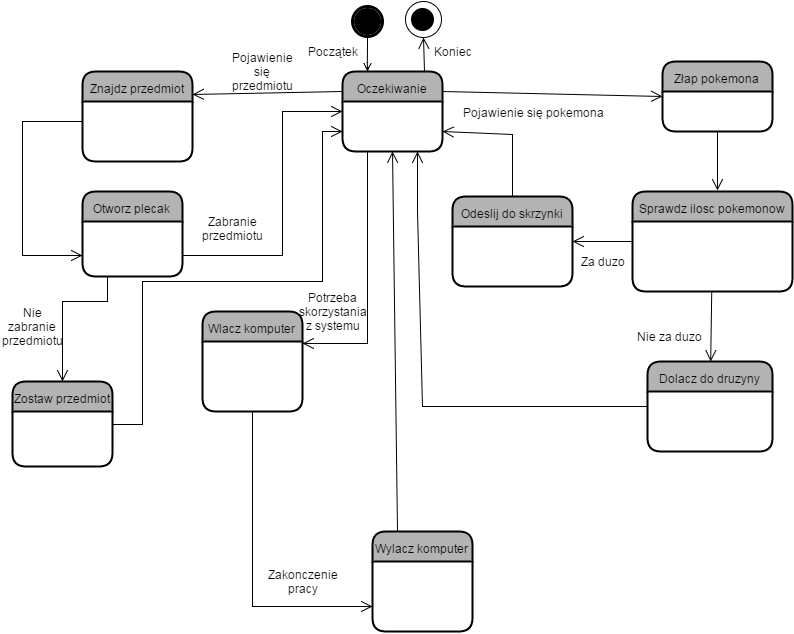
beazej/IO keeps this draw.io diagram as Stany.png. Above is the earlier version. Source tidied: cells renumbered, new cells last; positions are measured from the earlier drawing's top-left corner, leaving out a move shared by most shapes. The source it was exported from:
```xml
<mxGraphModel background="#ffffff">
  <root>
    <mxCell id="0" />
    <mxCell id="1" parent="0" />
    <mxCell id="2" style="shape=mxgraph.bpmn.shape;html=1;verticalLabelPosition=bottom;labelBackgroundColor=#ffffff;verticalAlign=top;perimeter=ellipsePerimeter;outline=end;symbol=terminate;fillColor=none;" parent="1" vertex="1">
      <mxGeometry x="340" y="5" width="30" height="30" as="geometry" />
    </mxCell>
    <mxCell id="3" style="rounded=0;comic=1;strokeWidth=1;endArrow=open;html=1;fontFamily=Comic Sans MS;fontStyle=1;exitX=0.5;exitY=1;endFill=0;entryX=0.25;entryY=0;" parent="1" edge="1" source="2" target="8">
      <mxGeometry relative="1" as="geometry" />
    </mxCell>
    <mxCell id="4" style="text;html=1;fillColor=none;align=left;verticalAlign=middle;spacingTop=-1;spacingLeft=4;spacingRight=4;labelPosition=right;rounded=1;" parent="1" vertex="1">
      <mxGeometry x="270" y="230" width="20" height="14" as="geometry" />
    </mxCell>
    <mxCell id="5" style="edgeStyle=none;rounded=0;html=1;startArrow=none;startFill=0;startSize=9;endArrow=open;endFill=0;endSize=9;jettySize=auto;entryX=0;entryY=0.5;exitX=1;exitY=0.25;" parent="1" edge="1" source="8" target="10">
      <mxGeometry relative="1" as="geometry" />
    </mxCell>
    <mxCell id="6" style="edgeStyle=none;rounded=0;html=1;startArrow=none;startFill=0;startSize=9;endArrow=open;endFill=0;endSize=9;jettySize=auto;exitX=0;exitY=0.25;entryX=1;entryY=0.25;" parent="1" edge="1" source="8" target="22">
      <mxGeometry relative="1" as="geometry" />
    </mxCell>
    <mxCell id="7" style="edgeStyle=none;rounded=0;html=1;startArrow=none;startFill=0;startSize=9;endArrow=open;endFill=0;endSize=9;jettySize=auto;entryX=1;entryY=0.32;exitX=0.25;exitY=1;entryPerimeter=0;" parent="1" edge="1" source="8" target="28">
      <mxGeometry relative="1" as="geometry">
        <Array as="points">
          <mxPoint x="355" y="342" />
        </Array>
      </mxGeometry>
    </mxCell>
    <mxCell id="8" value="&lt;font color=&quot;#000000&quot; style=&quot;font-size: 12px&quot;&gt;Oczekiwanie&lt;/font&gt;" style="swimlane;html=1;horizontal=1;startSize=30;fillColor=#B3B3B3;fontColor=#FFFFFF;rounded=1;fontSize=17;fontStyle=0;strokeWidth=2;shadow=0;dashed=0;align=center;" parent="1" vertex="1">
      <mxGeometry x="330" y="70" width="100" height="80" as="geometry" />
    </mxCell>
    <mxCell id="9" style="edgeStyle=none;rounded=0;html=1;startArrow=none;startFill=0;startSize=9;endArrow=open;endFill=0;endSize=9;jettySize=auto;exitX=0.5;exitY=1;" parent="1" edge="1" source="10">
      <mxGeometry relative="1" as="geometry">
        <mxPoint x="705" y="189" as="targetPoint" />
      </mxGeometry>
    </mxCell>
    <mxCell id="10" value="&lt;font color=&quot;#000000&quot; style=&quot;font-size: 12px&quot;&gt;Złap pokemona&lt;/font&gt;" style="swimlane;html=1;horizontal=1;startSize=30;fillColor=#B3B3B3;fontColor=#FFFFFF;rounded=1;fontSize=17;fontStyle=0;strokeWidth=2;shadow=0;dashed=0;align=center;" parent="1" vertex="1">
      <mxGeometry x="650" y="60" width="110" height="70" as="geometry" />
    </mxCell>
    <mxCell id="11" value="Pojawienie się pokemona" style="text;html=1;strokeColor=none;fillColor=none;align=center;verticalAlign=middle;whiteSpace=wrap;rounded=1;" parent="1" vertex="1">
      <mxGeometry x="420" y="110" width="200" as="geometry" />
    </mxCell>
    <mxCell id="12" style="edgeStyle=none;rounded=0;html=1;startArrow=none;startFill=0;startSize=9;endArrow=open;endFill=0;endSize=9;jettySize=auto;entryX=1;entryY=0.5;" parent="1" edge="1" source="13" target="15">
      <mxGeometry relative="1" as="geometry" />
    </mxCell>
    <mxCell id="13" value="&lt;font color=&quot;#000000&quot; style=&quot;font-size: 12px&quot;&gt;Sprawdz ilosc pokemonow&lt;/font&gt;" style="swimlane;html=1;horizontal=1;startSize=30;fillColor=#B3B3B3;fontColor=#FFFFFF;rounded=1;fontSize=17;fontStyle=0;strokeWidth=2;shadow=0;dashed=0;align=center;" parent="1" vertex="1">
      <mxGeometry x="620" y="190" width="160" height="100" as="geometry" />
    </mxCell>
    <mxCell id="14" style="edgeStyle=none;rounded=0;html=1;entryX=1;entryY=0.75;startArrow=none;startFill=0;startSize=9;endArrow=open;endFill=0;endSize=9;jettySize=auto;exitX=0.5;exitY=0;" parent="1" edge="1" source="15" target="8">
      <mxGeometry relative="1" as="geometry">
        <Array as="points">
          <mxPoint x="500" y="133" />
        </Array>
      </mxGeometry>
    </mxCell>
    <mxCell id="15" value="&lt;font color=&quot;#000000&quot; style=&quot;font-size: 12px&quot;&gt;Odeslij do skrzynki&lt;/font&gt;" style="swimlane;html=1;horizontal=1;startSize=30;fillColor=#B3B3B3;fontColor=#FFFFFF;rounded=1;fontSize=17;fontStyle=0;strokeWidth=2;shadow=0;dashed=0;align=center;" parent="1" vertex="1">
      <mxGeometry x="440" y="195" width="120" height="90" as="geometry" />
    </mxCell>
    <mxCell id="16" style="edgeStyle=none;rounded=0;html=1;startArrow=none;startFill=0;startSize=9;endArrow=open;endFill=0;endSize=9;jettySize=auto;entryX=0.75;entryY=1;" parent="1" edge="1" source="17" target="8">
      <mxGeometry relative="1" as="geometry">
        <Array as="points">
          <mxPoint x="410" y="405" />
          <mxPoint x="405" y="210" />
        </Array>
      </mxGeometry>
    </mxCell>
    <mxCell id="17" value="&lt;font color=&quot;#000000&quot; style=&quot;font-size: 12px&quot;&gt;Dolacz do druzyny&lt;/font&gt;" style="swimlane;html=1;horizontal=1;startSize=30;fillColor=#B3B3B3;fontColor=#FFFFFF;rounded=1;fontSize=17;fontStyle=0;strokeWidth=2;shadow=0;dashed=0;align=center;" parent="1" vertex="1">
      <mxGeometry x="635" y="360" width="125" height="90" as="geometry" />
    </mxCell>
    <mxCell id="18" style="edgeStyle=none;rounded=0;html=1;startArrow=none;startFill=0;startSize=9;endArrow=open;endFill=0;endSize=9;jettySize=auto;" parent="1" edge="1" source="13" target="17">
      <mxGeometry relative="1" as="geometry" />
    </mxCell>
    <mxCell id="19" value="Za duzo" style="text;html=1;strokeColor=none;fillColor=none;align=center;verticalAlign=middle;whiteSpace=wrap;rounded=1;" parent="1" vertex="1">
      <mxGeometry x="560" y="250" width="60" height="20" as="geometry" />
    </mxCell>
    <mxCell id="20" value="Nie za duzo" style="text;html=1;strokeColor=none;fillColor=none;align=center;verticalAlign=middle;whiteSpace=wrap;rounded=1;" parent="1" vertex="1">
      <mxGeometry x="606" y="325" width="100" height="20" as="geometry" />
    </mxCell>
    <mxCell id="21" style="edgeStyle=none;rounded=0;html=1;entryX=0;entryY=0.75;startArrow=none;startFill=0;startSize=9;endArrow=open;endFill=0;endSize=9;jettySize=auto;" parent="1" edge="1" target="26">
      <mxGeometry relative="1" as="geometry">
        <mxPoint x="70" y="120" as="sourcePoint" />
        <Array as="points">
          <mxPoint x="10" y="120" />
          <mxPoint x="10" y="254" />
        </Array>
      </mxGeometry>
    </mxCell>
    <mxCell id="22" value="&lt;font color=&quot;#000000&quot; style=&quot;font-size: 12px&quot;&gt;Znajdz przedmiot&lt;/font&gt;" style="swimlane;html=1;horizontal=1;startSize=30;fillColor=#B3B3B3;fontColor=#FFFFFF;rounded=1;fontSize=17;fontStyle=0;strokeWidth=2;shadow=0;dashed=0;align=center;" parent="1" vertex="1">
      <mxGeometry x="70" y="70" width="110" height="90" as="geometry" />
    </mxCell>
    <mxCell id="23" value="Pojawienie się przedmiotu" style="text;html=1;strokeColor=none;fillColor=none;align=center;verticalAlign=middle;whiteSpace=wrap;" parent="1" vertex="1">
      <mxGeometry x="230" y="60" width="40" height="20" as="geometry" />
    </mxCell>
    <mxCell id="24" style="edgeStyle=none;rounded=0;html=1;entryX=0;entryY=0.5;startArrow=none;startFill=0;startSize=9;endArrow=open;endFill=0;endSize=9;jettySize=auto;exitX=1;exitY=0.75;" parent="1" edge="1" source="26" target="8">
      <mxGeometry relative="1" as="geometry">
        <Array as="points">
          <mxPoint x="270" y="254" />
          <mxPoint x="270" y="110" />
        </Array>
      </mxGeometry>
    </mxCell>
    <mxCell id="25" style="edgeStyle=none;rounded=0;html=1;startArrow=none;startFill=0;startSize=9;endArrow=open;endFill=0;endSize=9;jettySize=auto;strokeWidth=1;entryX=0.5;entryY=0;exitX=0.25;exitY=1;" parent="1" edge="1" source="26" target="40">
      <mxGeometry relative="1" as="geometry">
        <Array as="points">
          <mxPoint x="95" y="300" />
          <mxPoint x="50" y="300" />
        </Array>
      </mxGeometry>
    </mxCell>
    <mxCell id="26" value="&lt;font color=&quot;#000000&quot; style=&quot;font-size: 12px&quot;&gt;Otworz plecak&lt;/font&gt;" style="swimlane;html=1;horizontal=1;startSize=30;fillColor=#B3B3B3;fontColor=#FFFFFF;rounded=1;fontSize=17;fontStyle=0;strokeWidth=2;shadow=0;dashed=0;align=center;" parent="1" vertex="1">
      <mxGeometry x="70" y="190" width="100" height="85" as="geometry" />
    </mxCell>
    <mxCell id="27" style="edgeStyle=none;rounded=0;html=1;startArrow=none;startFill=0;startSize=9;endArrow=open;endFill=0;endSize=9;jettySize=auto;entryX=0;entryY=0.75;exitX=0.5;exitY=1;" parent="1" edge="1" source="28" target="30">
      <mxGeometry relative="1" as="geometry">
        <Array as="points">
          <mxPoint x="240" y="605" />
        </Array>
      </mxGeometry>
    </mxCell>
    <mxCell id="28" value="&lt;font color=&quot;#000000&quot; style=&quot;font-size: 12px&quot;&gt;Wlacz komputer&lt;/font&gt;" style="swimlane;html=1;horizontal=1;startSize=30;fillColor=#B3B3B3;fontColor=#FFFFFF;rounded=1;fontSize=17;fontStyle=0;strokeWidth=2;shadow=0;dashed=0;align=center;" parent="1" vertex="1">
      <mxGeometry x="190" y="310" width="100" height="100" as="geometry" />
    </mxCell>
    <mxCell id="29" style="edgeStyle=none;rounded=0;html=1;entryX=0.5;entryY=1;startArrow=none;startFill=0;startSize=9;endArrow=open;endFill=0;endSize=9;jettySize=auto;exitX=0.25;exitY=0;" parent="1" edge="1" source="30" target="8">
      <mxGeometry relative="1" as="geometry" />
    </mxCell>
    <mxCell id="30" value="&lt;font color=&quot;#000000&quot; style=&quot;font-size: 12px&quot;&gt;Wylacz komputer&lt;/font&gt;" style="swimlane;html=1;horizontal=1;startSize=30;fillColor=#B3B3B3;fontColor=#FFFFFF;rounded=1;fontSize=17;fontStyle=0;strokeWidth=2;shadow=0;dashed=0;align=center;" parent="1" vertex="1">
      <mxGeometry x="360" y="530" width="100" height="100" as="geometry" />
    </mxCell>
    <mxCell id="31" value="Potrzeba skorzystania z systemu" style="text;html=1;strokeColor=none;fillColor=none;align=center;verticalAlign=middle;whiteSpace=wrap;rounded=1;" parent="1" vertex="1">
      <mxGeometry x="300" y="300" width="40" height="20" as="geometry" />
    </mxCell>
    <mxCell id="32" value="Zakonczenie pracy" style="text;html=1;strokeColor=none;fillColor=none;align=center;verticalAlign=middle;whiteSpace=wrap;rounded=1;" parent="1" vertex="1">
      <mxGeometry x="270" y="570" width="40" height="20" as="geometry" />
    </mxCell>
    <mxCell id="33" value="Zabranie przedmiotu" style="text;html=1;strokeColor=none;fillColor=none;align=center;verticalAlign=middle;whiteSpace=wrap;rounded=1;" parent="1" vertex="1">
      <mxGeometry x="200" y="217" width="40" height="20" as="geometry" />
    </mxCell>
    <mxCell id="34" value="Początek" style="text;html=1;strokeColor=none;fillColor=none;align=center;verticalAlign=middle;whiteSpace=wrap;rounded=1;" parent="1" vertex="1">
      <mxGeometry x="300" y="40" width="40" height="20" as="geometry" />
    </mxCell>
    <mxCell id="35" value="Koniec" style="text;html=1;strokeColor=none;fillColor=none;align=center;verticalAlign=middle;whiteSpace=wrap;rounded=1;" parent="1" vertex="1">
      <mxGeometry x="420" y="40" width="40" height="20" as="geometry" />
    </mxCell>
    <mxCell id="36" style="edgeStyle=none;rounded=0;html=1;startArrow=open;startFill=0;startSize=9;endArrow=none;endFill=0;endSize=9;jettySize=auto;exitX=0.5;exitY=1;" parent="1" edge="1" source="38">
      <mxGeometry relative="1" as="geometry">
        <mxPoint x="412" y="70" as="targetPoint" />
      </mxGeometry>
    </mxCell>
    <mxCell id="37" style="shape=mxgraph.bpmn.shape;html=1;verticalLabelPosition=bottom;labelBackgroundColor=#ffffff;verticalAlign=top;perimeter=ellipsePerimeter;outline=end;symbol=terminate;fillColor=none;" parent="1" vertex="1">
      <mxGeometry x="400" y="8" width="20" height="20" as="geometry" />
    </mxCell>
    <mxCell id="38" style="ellipse;whiteSpace=wrap;html=1;rounded=1;fillColor=none;" parent="1" vertex="1">
      <mxGeometry x="393" width="36" height="36" as="geometry" />
    </mxCell>
    <mxCell id="39" style="edgeStyle=none;rounded=0;html=1;startArrow=none;startFill=0;startSize=9;endArrow=open;endFill=0;endSize=9;jettySize=auto;strokeWidth=1;exitX=1;exitY=0.5;entryX=0;entryY=0.75;" parent="1" edge="1" source="40" target="8">
      <mxGeometry relative="1" as="geometry">
        <Array as="points">
          <mxPoint x="130" y="423" />
          <mxPoint x="130" y="280" />
          <mxPoint x="310" y="280" />
          <mxPoint x="310" y="130" />
        </Array>
      </mxGeometry>
    </mxCell>
    <mxCell id="40" value="&lt;font color=&quot;#000000&quot; style=&quot;font-size: 12px&quot;&gt;Zostaw przedmiot&lt;/font&gt;" style="swimlane;html=1;horizontal=1;startSize=30;fillColor=#B3B3B3;fontColor=#FFFFFF;rounded=1;fontSize=17;fontStyle=0;strokeWidth=2;shadow=0;dashed=0;align=center;" parent="1" vertex="1">
      <mxGeometry y="380" width="100" height="85" as="geometry" />
    </mxCell>
    <mxCell id="41" value="Nie zabranie przedmiotu" style="text;html=1;strokeColor=none;fillColor=none;align=center;verticalAlign=middle;whiteSpace=wrap;rounded=1;" parent="1" vertex="1">
      <mxGeometry y="315" width="40" height="20" as="geometry" />
    </mxCell>
  </root>
</mxGraphModel>
```
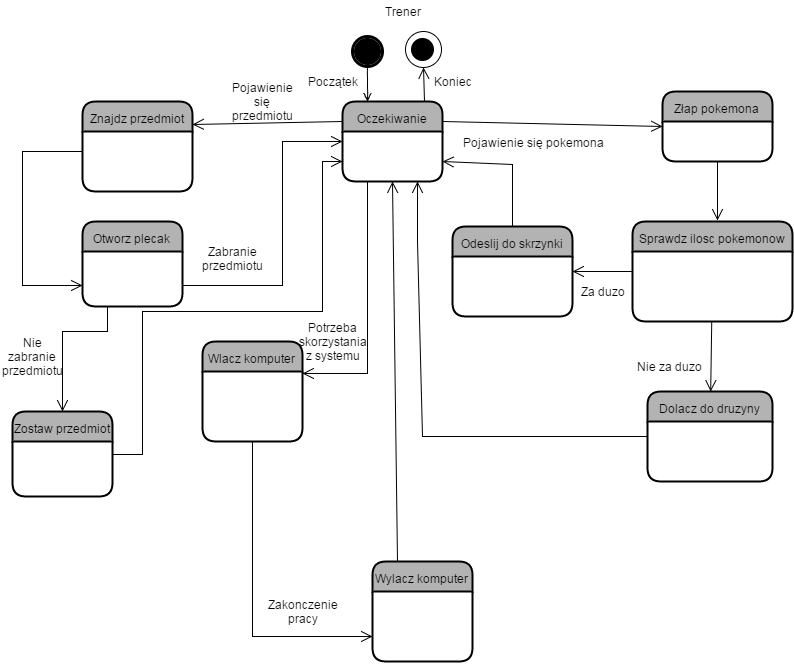
After the commit.

The edit, as a diff of the source:
```diff
@@ -166,5 +166,8 @@
     <mxCell id="41" value="Nie zabranie przedmiotu" style="text;html=1;strokeColor=none;fillColor=none;align=center;verticalAlign=middle;whiteSpace=wrap;rounded=1;" parent="1" vertex="1">
       <mxGeometry y="315" width="40" height="20" as="geometry" />
     </mxCell>
+    <mxCell id="42" value="Trener" style="text;html=1;strokeColor=none;fillColor=none;align=center;verticalAlign=middle;whiteSpace=wrap;" parent="1" vertex="1">
+      <mxGeometry x="371" y="-30" width="40" height="20" as="geometry" />
+    </mxCell>
   </root>
 </mxGraphModel>
```
